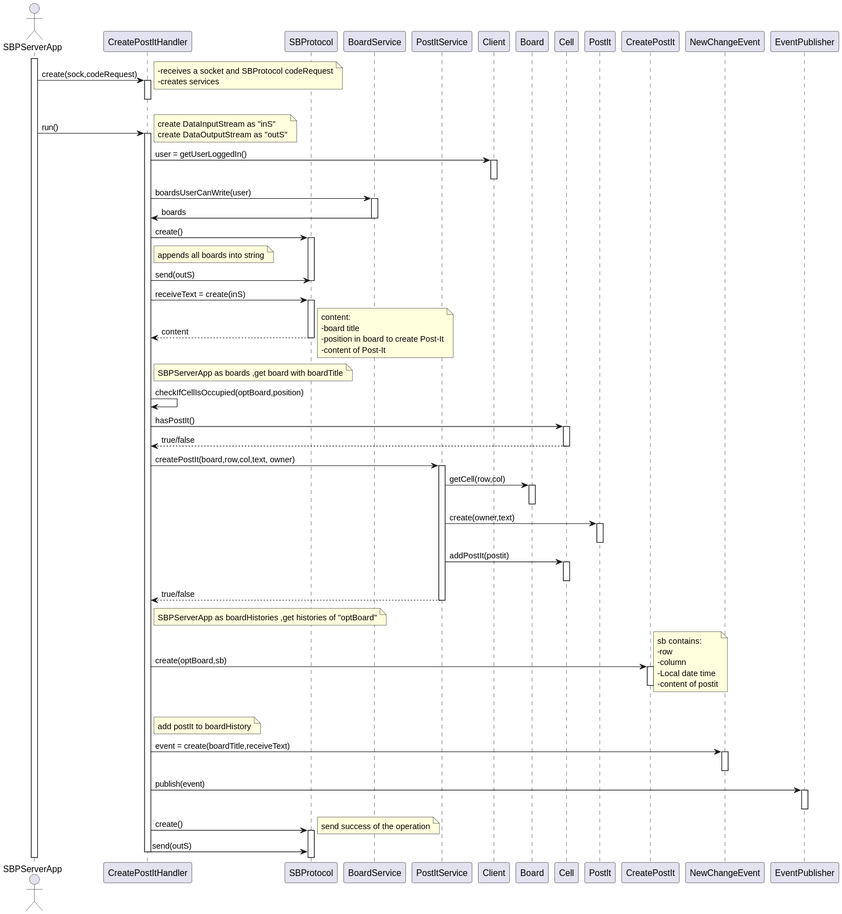
The PlantUML diagram docs/us_3006/serverSD.svg in jovami/isep-lapr4, before a commit.
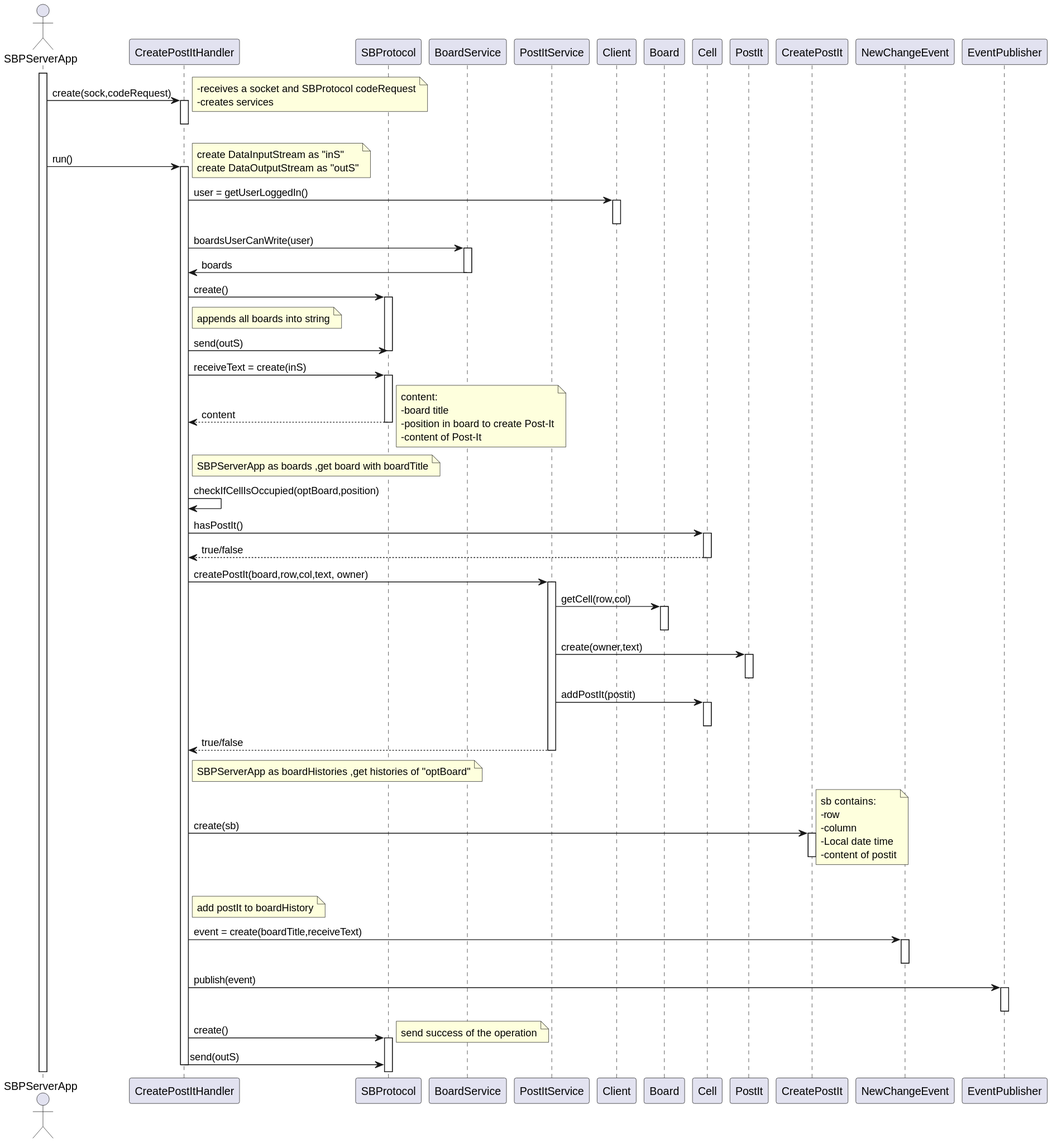
The same file after the commit.

Change to the diagram source:
```diff
@@ -73,7 +73,7 @@
                p_svc --> handler : true/false
         deactivate p_svc
         note right of handler: SBPServerApp as boardHistories ,get histories of "optBoard"
-        handler -> c_postit : create(optBoard,sb)
+        handler -> c_postit : create(sb)
         activate c_postit
             note right : sb contains:\n-row\n-column\n-Local date time\n-content of postit
 
```
